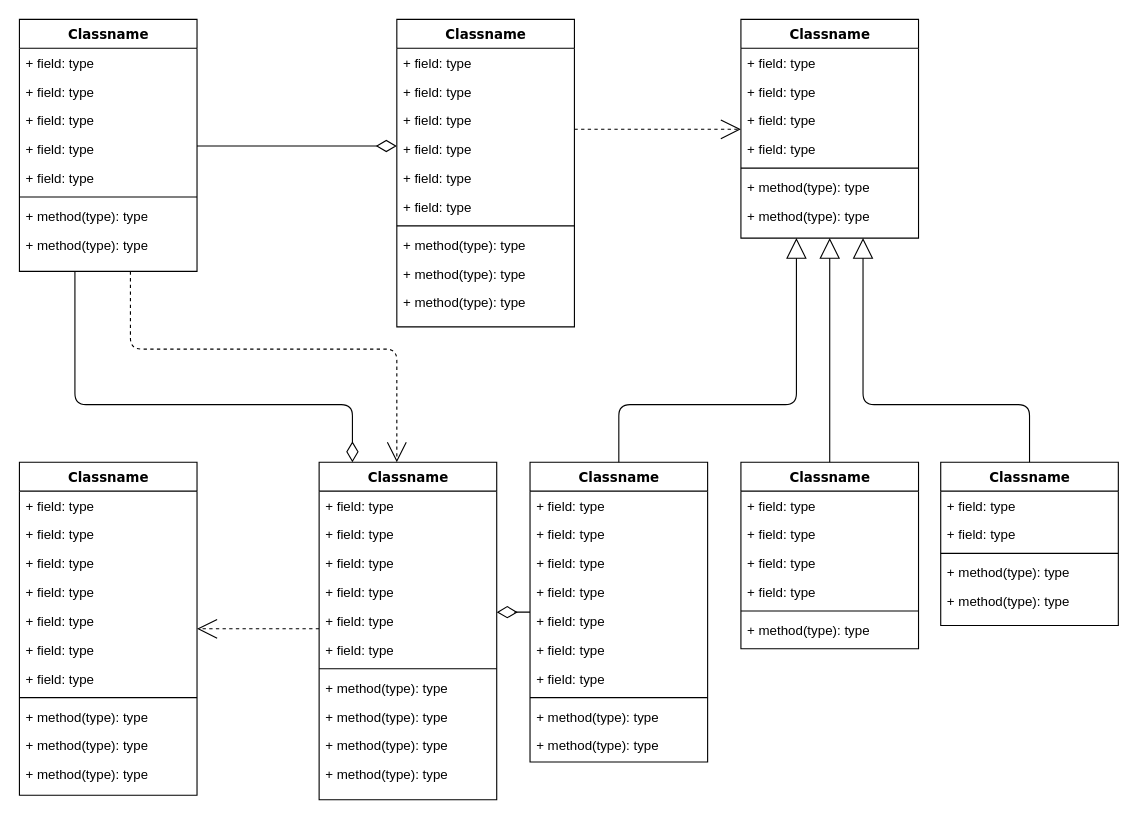
The draw.io diagram .github/ISSUE_TEMPLATE/Untitled Diagram.drawio in louzhixin/bootstrap, before the edit. Source tidied: cells renumbered, new cells numbered last; positions are measured from the earlier drawing's top-left corner, leaving out a move shared by most shapes. Both pictures are drawn from the tidied source at 111%, with x=0, y=0 at pixel (19, 19).
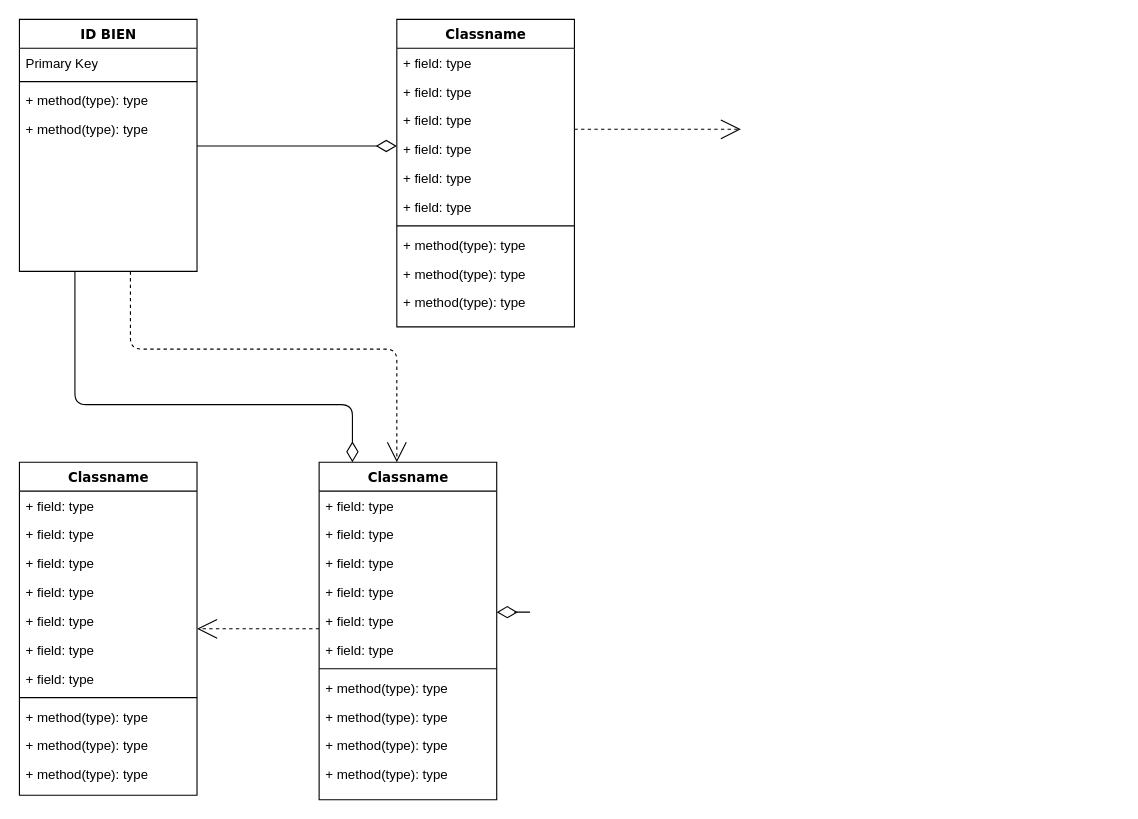
The same page after the edit.

The change refers to these unchanged cells:
```xml
<mxCell id="14" value="Classname" style="swimlane;html=1;fontStyle=1;align=center;verticalAlign=top;horizontal=1;startSize=26;swimlaneFillColor=#ffffff;rounded=0;shadow=0;comic=0;labelBackgroundColor=none;strokeWidth=1;fillColor=none;fontFamily=Verdana;fontSize=12;" parent="1" vertex="1">
  <mxGeometry x="340" width="160" height="277" as="geometry" />
</mxCell>
<mxCell id="47" value="Classname" style="swimlane;html=1;fontStyle=1;align=center;verticalAlign=top;horizontal=1;startSize=26;swimlaneFillColor=#ffffff;rounded=0;shadow=0;comic=0;labelBackgroundColor=none;strokeWidth=1;fillColor=none;fontFamily=Verdana;fontSize=12;" parent="1" vertex="1">
  <mxGeometry x="270" y="399" width="160" height="304" as="geometry" />
</mxCell>
```

What changed in the source:
```diff
@@
-    <mxCell id="4" value="Classname" style="swimlane;html=1;fontStyle=1;align=center;verticalAlign=top;horizontal=1;startSize=26;swimlaneFillColor=#ffffff;rounded=0;shadow=0;comic=0;labelBackgroundColor=none;strokeWidth=1;fillColor=none;fontFamily=Verdana;fontSize=12;" parent="1" vertex="1">
+    <mxCell id="4" value="ID BIEN" style="swimlane;html=1;fontStyle=1;align=center;verticalAlign=top;horizontal=1;startSize=26;swimlaneFillColor=#ffffff;rounded=0;shadow=0;comic=0;labelBackgroundColor=none;strokeWidth=1;fillColor=none;fontFamily=Verdana;fontSize=12;" parent="1" vertex="1">
       <mxGeometry width="160" height="227" as="geometry" />
     </mxCell>
-    <mxCell id="5" value="+ field: type" style="text;html=1;strokeColor=none;fillColor=none;align=left;verticalAlign=top;spacingLeft=4;spacingRight=4;whiteSpace=wrap;overflow=hidden;" parent="4" vertex="1">
+    <mxCell id="5" value="Primary Key" style="text;html=1;strokeColor=none;fillColor=none;align=left;verticalAlign=top;spacingLeft=4;spacingRight=4;whiteSpace=wrap;overflow=hidden;" parent="4" vertex="1">
       <mxGeometry y="26" width="160" height="26" as="geometry" />
     </mxCell>
-    <mxCell id="6" value="+ field: type" style="text;html=1;strokeColor=none;fillColor=none;align=left;verticalAlign=top;spacingLeft=4;spacingRight=4;whiteSpace=wrap;overflow=hidden;" parent="4" vertex="1">
-      <mxGeometry y="52" width="160" height="26" as="geometry" />
-    </mxCell>
-    <mxCell id="7" value="+ field: type" style="text;html=1;strokeColor=none;fillColor=none;align=left;verticalAlign=top;spacingLeft=4;spacingRight=4;whiteSpace=wrap;overflow=hidden;" parent="4" vertex="1">
-      <mxGeometry y="78" width="160" height="26" as="geometry" />
-    </mxCell>
-    <mxCell id="8" value="+ field: type" style="text;html=1;strokeColor=none;fillColor=none;align=left;verticalAlign=top;spacingLeft=4;spacingRight=4;whiteSpace=wrap;overflow=hidden;" parent="4" vertex="1">
-      <mxGeometry y="104" width="160" height="26" as="geometry" />
-    </mxCell>
-    <mxCell id="9" value="+ field: type" style="text;html=1;strokeColor=none;fillColor=none;align=left;verticalAlign=top;spacingLeft=4;spacingRight=4;whiteSpace=wrap;overflow=hidden;" parent="4" vertex="1">
-      <mxGeometry y="130" width="160" height="26" as="geometry" />
-    </mxCell>
     <mxCell id="10" style="line;html=1;strokeWidth=1;fillColor=none;align=left;verticalAlign=middle;spacingTop=-1;spacingLeft=3;spacingRight=3;labelPosition=right;" parent="4" vertex="1">
-      <mxGeometry y="156" width="160" height="8" as="geometry" />
+      <mxGeometry y="52" width="160" height="8" as="geometry" />
     </mxCell>
     <mxCell id="11" value="+ method(type): type" style="text;html=1;strokeColor=none;fillColor=none;align=left;verticalAlign=top;spacingLeft=4;spacingRight=4;whiteSpace=wrap;overflow=hidden;" parent="4" vertex="1">
-      <mxGeometry y="164" width="160" height="26" as="geometry" />
+      <mxGeometry y="60" width="160" height="26" as="geometry" />
     </mxCell>
     <mxCell id="12" value="+ method(type): type" style="text;html=1;strokeColor=none;fillColor=none;align=left;verticalAlign=top;spacingLeft=4;spacingRight=4;whiteSpace=wrap;overflow=hidden;" parent="4" vertex="1">
-      <mxGeometry y="190" width="160" height="26" as="geometry" />
+      <mxGeometry y="86" width="160" height="26" as="geometry" />
     </mxCell>
-    <mxCell id="13" style="edgeStyle=elbowEdgeStyle;html=1;labelBackgroundColor=none;startFill=0;startSize=8;endArrow=open;endFill=0;endSize=16;fontFamily=Verdana;fontSize=12;elbow=vertical;dashed=1;" parent="1" edge="1" source="14" target="25">
-      <mxGeometry relative="1" as="geometry" />
+    <mxCell id="13" style="edgeStyle=elbowEdgeStyle;html=1;labelBackgroundColor=none;startFill=0;startSize=8;endArrow=open;endFill=0;endSize=16;fontFamily=Verdana;fontSize=12;elbow=vertical;dashed=1;" parent="1" edge="1" source="14">
+      <mxGeometry relative="1" as="geometry">
+        <mxPoint x="650" y="99" as="targetPoint" />
+      </mxGeometry>
     </mxCell>
@@
-    <mxCell id="25" value="Classname" style="swimlane;html=1;fontStyle=1;align=center;verticalAlign=top;horizontal=1;startSize=26;swimlaneFillColor=#ffffff;rounded=0;shadow=0;comic=0;labelBackgroundColor=none;strokeWidth=1;fillColor=none;fontFamily=Verdana;fontSize=12;" parent="1" vertex="1">
-      <mxGeometry x="650" width="160" height="197" as="geometry" />
-    </mxCell>
-    <mxCell id="26" value="+ field: type" style="text;html=1;strokeColor=none;fillColor=none;align=left;verticalAlign=top;spacingLeft=4;spacingRight=4;whiteSpace=wrap;overflow=hidden;" parent="25" vertex="1">
-      <mxGeometry y="26" width="160" height="26" as="geometry" />
-    </mxCell>
-    <mxCell id="27" value="+ field: type" style="text;html=1;strokeColor=none;fillColor=none;align=left;verticalAlign=top;spacingLeft=4;spacingRight=4;whiteSpace=wrap;overflow=hidden;" parent="25" vertex="1">
-      <mxGeometry y="52" width="160" height="26" as="geometry" />
-    </mxCell>
-    <mxCell id="28" value="+ field: type" style="text;html=1;strokeColor=none;fillColor=none;align=left;verticalAlign=top;spacingLeft=4;spacingRight=4;whiteSpace=wrap;overflow=hidden;" parent="25" vertex="1">
-      <mxGeometry y="78" width="160" height="26" as="geometry" />
-    </mxCell>
-    <mxCell id="29" value="+ field: type" style="text;html=1;strokeColor=none;fillColor=none;align=left;verticalAlign=top;spacingLeft=4;spacingRight=4;whiteSpace=wrap;overflow=hidden;" parent="25" vertex="1">
-      <mxGeometry y="104" width="160" height="26" as="geometry" />
-    </mxCell>
-    <mxCell id="30" style="line;html=1;strokeWidth=1;fillColor=none;align=left;verticalAlign=middle;spacingTop=-1;spacingLeft=3;spacingRight=3;labelPosition=right;" parent="25" vertex="1">
-      <mxGeometry y="130" width="160" height="8" as="geometry" />
-    </mxCell>
-    <mxCell id="31" value="+ method(type): type" style="text;html=1;strokeColor=none;fillColor=none;align=left;verticalAlign=top;spacingLeft=4;spacingRight=4;whiteSpace=wrap;overflow=hidden;" parent="25" vertex="1">
-      <mxGeometry y="138" width="160" height="26" as="geometry" />
-    </mxCell>
-    <mxCell id="32" value="+ method(type): type" style="text;html=1;strokeColor=none;fillColor=none;align=left;verticalAlign=top;spacingLeft=4;spacingRight=4;whiteSpace=wrap;overflow=hidden;" parent="25" vertex="1">
-      <mxGeometry y="164" width="160" height="26" as="geometry" />
-    </mxCell>
@@
-    <mxCell id="46" style="edgeStyle=elbowEdgeStyle;html=1;labelBackgroundColor=none;startFill=0;startSize=8;endArrow=diamondThin;endFill=0;endSize=16;fontFamily=Verdana;fontSize=12;elbow=vertical;" parent="1" edge="1" source="60" target="47">
-      <mxGeometry relative="1" as="geometry" />
+    <mxCell id="46" style="edgeStyle=elbowEdgeStyle;html=1;labelBackgroundColor=none;startFill=0;startSize=8;endArrow=diamondThin;endFill=0;endSize=16;fontFamily=Verdana;fontSize=12;elbow=vertical;" parent="1" edge="1" target="47">
+      <mxGeometry relative="1" as="geometry">
+        <mxPoint x="460" y="534" as="sourcePoint" />
+      </mxGeometry>
     </mxCell>
@@
-    <mxCell id="59" style="edgeStyle=orthogonalEdgeStyle;html=1;labelBackgroundColor=none;startFill=0;startSize=8;endArrow=block;endFill=0;endSize=16;fontFamily=Verdana;fontSize=12;" parent="1" edge="1" source="60" target="25">
-      <mxGeometry relative="1" as="geometry">
-        <Array as="points">
-          <mxPoint x="540" y="347" />
-          <mxPoint x="700" y="347" />
-        </Array>
-      </mxGeometry>
-    </mxCell>
-    <mxCell id="60" value="Classname" style="swimlane;html=1;fontStyle=1;align=center;verticalAlign=top;horizontal=1;startSize=26;swimlaneFillColor=#ffffff;rounded=0;shadow=0;comic=0;labelBackgroundColor=none;strokeWidth=1;fillColor=none;fontFamily=Verdana;fontSize=12;" parent="1" vertex="1">
-      <mxGeometry x="460" y="399" width="160" height="270" as="geometry" />
-    </mxCell>
-    <mxCell id="61" value="+ field: type" style="text;html=1;strokeColor=none;fillColor=none;align=left;verticalAlign=top;spacingLeft=4;spacingRight=4;whiteSpace=wrap;overflow=hidden;" parent="60" vertex="1">
-      <mxGeometry y="26" width="160" height="26" as="geometry" />
-    </mxCell>
-    <mxCell id="62" value="+ field: type" style="text;html=1;strokeColor=none;fillColor=none;align=left;verticalAlign=top;spacingLeft=4;spacingRight=4;whiteSpace=wrap;overflow=hidden;" parent="60" vertex="1">
-      <mxGeometry y="52" width="160" height="26" as="geometry" />
-    </mxCell>
-    <mxCell id="63" value="+ field: type" style="text;html=1;strokeColor=none;fillColor=none;align=left;verticalAlign=top;spacingLeft=4;spacingRight=4;whiteSpace=wrap;overflow=hidden;" parent="60" vertex="1">
-      <mxGeometry y="78" width="160" height="26" as="geometry" />
-    </mxCell>
-    <mxCell id="64" value="+ field: type" style="text;html=1;strokeColor=none;fillColor=none;align=left;verticalAlign=top;spacingLeft=4;spacingRight=4;whiteSpace=wrap;overflow=hidden;" parent="60" vertex="1">
-      <mxGeometry y="104" width="160" height="26" as="geometry" />
-    </mxCell>
-    <mxCell id="65" value="+ field: type" style="text;html=1;strokeColor=none;fillColor=none;align=left;verticalAlign=top;spacingLeft=4;spacingRight=4;whiteSpace=wrap;overflow=hidden;" parent="60" vertex="1">
-      <mxGeometry y="130" width="160" height="26" as="geometry" />
-    </mxCell>
-    <mxCell id="66" value="+ field: type" style="text;html=1;strokeColor=none;fillColor=none;align=left;verticalAlign=top;spacingLeft=4;spacingRight=4;whiteSpace=wrap;overflow=hidden;" parent="60" vertex="1">
-      <mxGeometry y="156" width="160" height="26" as="geometry" />
-    </mxCell>
-    <mxCell id="67" value="+ field: type" style="text;html=1;strokeColor=none;fillColor=none;align=left;verticalAlign=top;spacingLeft=4;spacingRight=4;whiteSpace=wrap;overflow=hidden;" parent="60" vertex="1">
-      <mxGeometry y="182" width="160" height="26" as="geometry" />
-    </mxCell>
-    <mxCell id="68" style="line;html=1;strokeWidth=1;fillColor=none;align=left;verticalAlign=middle;spacingTop=-1;spacingLeft=3;spacingRight=3;labelPosition=right;" parent="60" vertex="1">
-      <mxGeometry y="208" width="160" height="8" as="geometry" />
-    </mxCell>
-    <mxCell id="69" value="+ method(type): type" style="text;html=1;strokeColor=none;fillColor=none;align=left;verticalAlign=top;spacingLeft=4;spacingRight=4;whiteSpace=wrap;overflow=hidden;" parent="60" vertex="1">
-      <mxGeometry y="216" width="160" height="26" as="geometry" />
-    </mxCell>
-    <mxCell id="70" value="+ method(type): type" style="text;html=1;strokeColor=none;fillColor=none;align=left;verticalAlign=top;spacingLeft=4;spacingRight=4;whiteSpace=wrap;overflow=hidden;" parent="60" vertex="1">
-      <mxGeometry y="242" width="160" height="26" as="geometry" />
-    </mxCell>
-    <mxCell id="71" style="edgeStyle=orthogonalEdgeStyle;html=1;labelBackgroundColor=none;startFill=0;startSize=8;endArrow=block;endFill=0;endSize=16;fontFamily=Verdana;fontSize=12;" parent="1" edge="1" source="72" target="25">
-      <mxGeometry relative="1" as="geometry" />
-    </mxCell>
-    <mxCell id="72" value="Classname" style="swimlane;html=1;fontStyle=1;align=center;verticalAlign=top;horizontal=1;startSize=26;swimlaneFillColor=#ffffff;rounded=0;shadow=0;comic=0;labelBackgroundColor=none;strokeWidth=1;fillColor=none;fontFamily=Verdana;fontSize=12;" parent="1" vertex="1">
-      <mxGeometry x="650" y="399" width="160" height="168" as="geometry" />
-    </mxCell>
-    <mxCell id="73" value="+ field: type" style="text;html=1;strokeColor=none;fillColor=none;align=left;verticalAlign=top;spacingLeft=4;spacingRight=4;whiteSpace=wrap;overflow=hidden;" parent="72" vertex="1">
-      <mxGeometry y="26" width="160" height="26" as="geometry" />
-    </mxCell>
-    <mxCell id="74" value="+ field: type" style="text;html=1;strokeColor=none;fillColor=none;align=left;verticalAlign=top;spacingLeft=4;spacingRight=4;whiteSpace=wrap;overflow=hidden;" parent="72" vertex="1">
-      <mxGeometry y="52" width="160" height="26" as="geometry" />
-    </mxCell>
-    <mxCell id="75" value="+ field: type" style="text;html=1;strokeColor=none;fillColor=none;align=left;verticalAlign=top;spacingLeft=4;spacingRight=4;whiteSpace=wrap;overflow=hidden;" parent="72" vertex="1">
-      <mxGeometry y="78" width="160" height="26" as="geometry" />
-    </mxCell>
-    <mxCell id="76" value="+ field: type" style="text;html=1;strokeColor=none;fillColor=none;align=left;verticalAlign=top;spacingLeft=4;spacingRight=4;whiteSpace=wrap;overflow=hidden;" parent="72" vertex="1">
-      <mxGeometry y="104" width="160" height="26" as="geometry" />
-    </mxCell>
-    <mxCell id="77" style="line;html=1;strokeWidth=1;fillColor=none;align=left;verticalAlign=middle;spacingTop=-1;spacingLeft=3;spacingRight=3;labelPosition=right;" parent="72" vertex="1">
-      <mxGeometry y="130" width="160" height="8" as="geometry" />
-    </mxCell>
-    <mxCell id="78" value="+ method(type): type" style="text;html=1;strokeColor=none;fillColor=none;align=left;verticalAlign=top;spacingLeft=4;spacingRight=4;whiteSpace=wrap;overflow=hidden;" parent="72" vertex="1">
-      <mxGeometry y="138" width="160" height="26" as="geometry" />
-    </mxCell>
-    <mxCell id="79" style="edgeStyle=orthogonalEdgeStyle;html=1;labelBackgroundColor=none;startFill=0;startSize=8;endArrow=block;endFill=0;endSize=16;fontFamily=Verdana;fontSize=12;" parent="1" edge="1" source="80" target="25">
-      <mxGeometry relative="1" as="geometry">
-        <Array as="points">
-          <mxPoint x="910" y="347" />
-          <mxPoint x="760" y="347" />
-        </Array>
-      </mxGeometry>
-    </mxCell>
-    <mxCell id="80" value="Classname" style="swimlane;html=1;fontStyle=1;align=center;verticalAlign=top;horizontal=1;startSize=26;swimlaneFillColor=#ffffff;rounded=0;shadow=0;comic=0;labelBackgroundColor=none;strokeWidth=1;fillColor=none;fontFamily=Verdana;fontSize=12;" parent="1" vertex="1">
-      <mxGeometry x="830" y="399" width="160" height="147" as="geometry" />
-    </mxCell>
-    <mxCell id="81" value="+ field: type" style="text;html=1;strokeColor=none;fillColor=none;align=left;verticalAlign=top;spacingLeft=4;spacingRight=4;whiteSpace=wrap;overflow=hidden;" parent="80" vertex="1">
-      <mxGeometry y="26" width="160" height="26" as="geometry" />
-    </mxCell>
-    <mxCell id="82" value="+ field: type" style="text;html=1;strokeColor=none;fillColor=none;align=left;verticalAlign=top;spacingLeft=4;spacingRight=4;whiteSpace=wrap;overflow=hidden;" parent="80" vertex="1">
-      <mxGeometry y="52" width="160" height="26" as="geometry" />
-    </mxCell>
-    <mxCell id="83" style="line;html=1;strokeWidth=1;fillColor=none;align=left;verticalAlign=middle;spacingTop=-1;spacingLeft=3;spacingRight=3;labelPosition=right;" parent="80" vertex="1">
-      <mxGeometry y="78" width="160" height="8" as="geometry" />
-    </mxCell>
-    <mxCell id="84" value="+ method(type): type" style="text;html=1;strokeColor=none;fillColor=none;align=left;verticalAlign=top;spacingLeft=4;spacingRight=4;whiteSpace=wrap;overflow=hidden;" parent="80" vertex="1">
-      <mxGeometry y="86" width="160" height="26" as="geometry" />
-    </mxCell>
-    <mxCell id="85" value="+ method(type): type" style="text;html=1;strokeColor=none;fillColor=none;align=left;verticalAlign=top;spacingLeft=4;spacingRight=4;whiteSpace=wrap;overflow=hidden;" parent="80" vertex="1">
-      <mxGeometry y="112" width="160" height="26" as="geometry" />
-    </mxCell>
```
